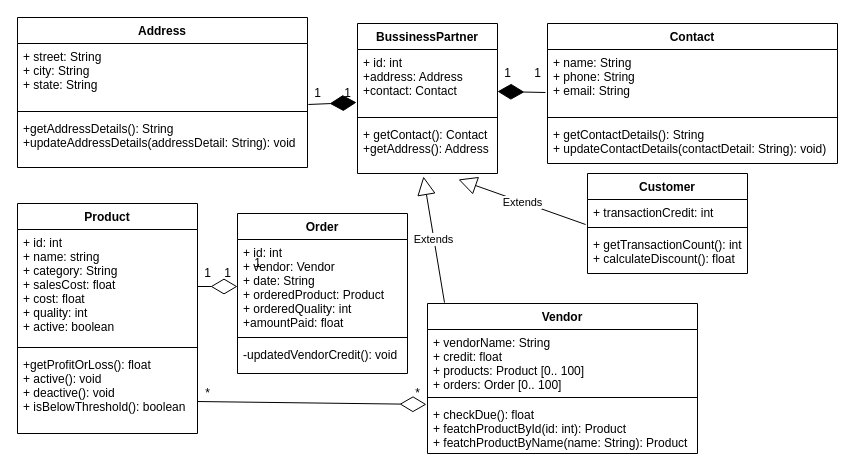
Earlier version of the draw.io diagram UML.drawio (Rutu4/UML-class-dia). Source tidied: cells renumbered, new cells numbered last; positions are measured from the earlier drawing's top-left corner, leaving out a move shared by most shapes. Both pictures are drawn from the tidied source at 100%, with x=0, y=0 at pixel (17, 17).
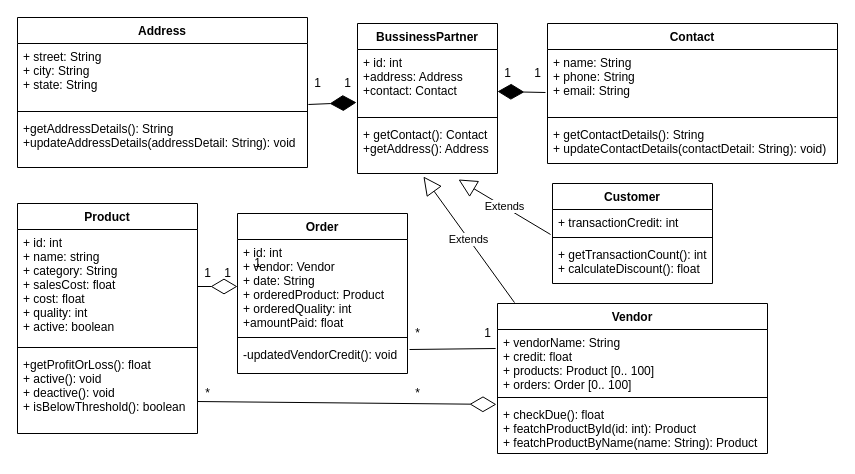
The same page after the edit.

Commit message:
Updated UML Diagram

Unchanged cells that the change refers to:
```xml
<mxCell id="17" value="-updatedVendorCredit(): void" style="text;strokeColor=none;fillColor=none;align=left;verticalAlign=top;spacingLeft=4;spacingRight=4;overflow=hidden;points=[[0,0.5],[1,0.5]];portConstraint=eastwest;" parent="14" vertex="1">
  <mxGeometry y="128" width="170" height="32" as="geometry" />
</mxCell>
<mxCell id="19" value="+ vendorName: String&#10;+ credit: float&#10;+ products: Product [0.. 100]&#10;+ orders: Order [0.. 100]" style="text;strokeColor=none;fillColor=none;align=left;verticalAlign=top;spacingLeft=4;spacingRight=4;overflow=hidden;points=[[0,0.5],[1,0.5]];portConstraint=eastwest;" parent="18" vertex="1">
  <mxGeometry y="26" width="270" height="64" as="geometry" />
</mxCell>
```

Change to the diagram source:
```diff
@@
     <mxCell id="18" value="Vendor" style="swimlane;fontStyle=1;align=center;verticalAlign=top;horizontal=1;startSize=26;" parent="1" vertex="1">
-      <mxGeometry x="410" y="286" width="270" height="150" as="geometry" />
+      <mxGeometry x="480" y="286" width="270" height="150" as="geometry" />
     </mxCell>
@@
     <mxCell id="22" value="Customer" style="swimlane;fontStyle=1;align=center;verticalAlign=top;horizontal=1;startSize=26;" parent="1" vertex="1">
-      <mxGeometry x="570" y="156" width="160" height="100" as="geometry" />
+      <mxGeometry x="535" y="166" width="160" height="100" as="geometry" />
     </mxCell>
@@
     <mxCell id="34" value="1" style="text;html=1;align=center;verticalAlign=middle;fontColor=#000000;" parent="1" vertex="1">
-      <mxGeometry x="290" y="66" width="20" height="20" as="geometry" />
+      <mxGeometry x="290" y="56" width="20" height="20" as="geometry" />
     </mxCell>
@@
     <mxCell id="41" value="1" style="text;html=1;align=center;verticalAlign=middle;fontColor=#000000;" parent="1" vertex="1">
-      <mxGeometry x="320" y="66" width="20" height="20" as="geometry" />
+      <mxGeometry x="320" y="56" width="20" height="20" as="geometry" />
     </mxCell>
@@
+    <mxCell id="45" style="endArrow=none;html=1;exitX=1.012;exitY=0.25;exitDx=0;exitDy=0;exitPerimeter=0;entryX=-0.007;entryY=0.297;entryDx=0;entryDy=0;entryPerimeter=0;" parent="1" edge="1" source="17" target="19">
+      <mxGeometry relative="1" as="geometry" />
+    </mxCell>
+    <mxCell id="46" value="*" style="text;html=1;align=center;verticalAlign=middle;" parent="1" vertex="1">
+      <mxGeometry x="390" y="306" width="20" height="20" as="geometry" />
+    </mxCell>
+    <mxCell id="47" value="1" style="text;html=1;align=center;verticalAlign=middle;" parent="1" vertex="1">
+      <mxGeometry x="460" y="306" width="20" height="20" as="geometry" />
+    </mxCell>
```
